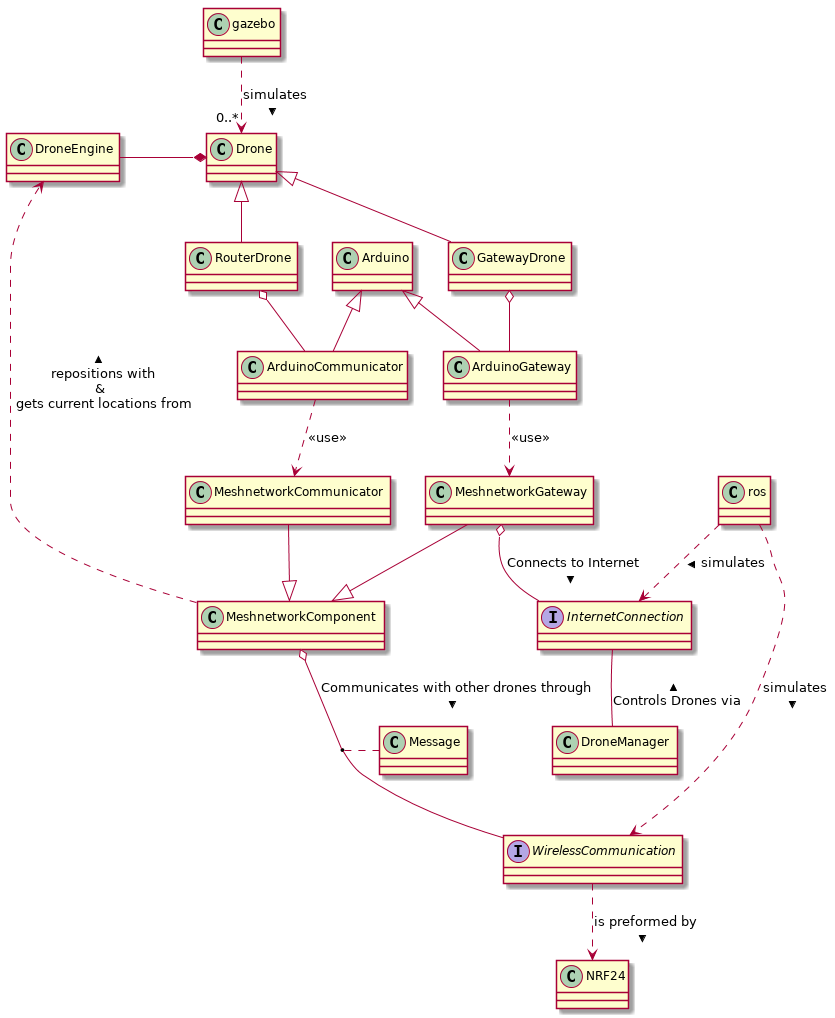
Earlier version of the PlantUML export Docs/DesignDocumenten/UML/out/DomeinModel/DomeinModel/DomeinModel.png (mauriceberentsen/Automated-Drone-Distribution-Network).
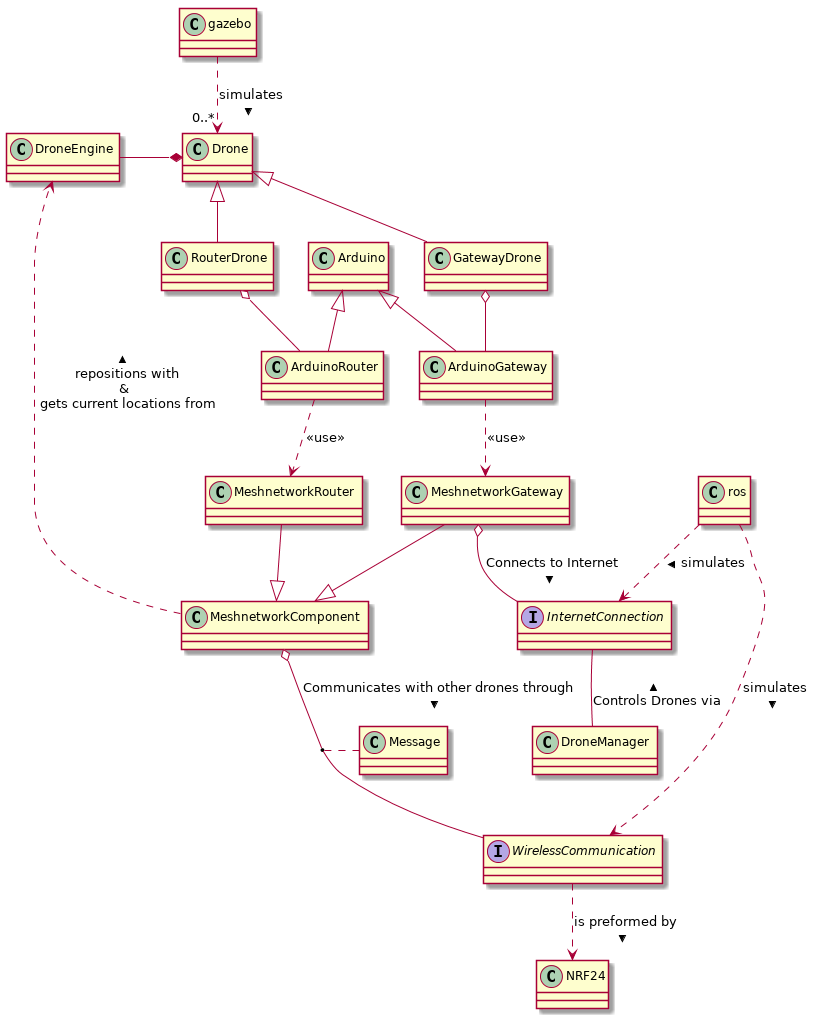
After the commit.

What changed in the source:
```diff
@@ -2,10 +2,10 @@
 
 class MeshnetworkComponent
 class MeshnetworkGateway
-class MeshnetworkCommunicator
+class MeshnetworkRouter
 
 MeshnetworkGateway      --|> MeshnetworkComponent
-MeshnetworkCommunicator --|> MeshnetworkComponent
+MeshnetworkRouter --|> MeshnetworkComponent
 
 interface WirelessCommunication
 interface InternetConnection
@@ -20,13 +20,13 @@
 DroneManager -up- InternetConnection : Controls Drones via >
 
 class Arduino
-class ArduinoCommunicator
+class ArduinoRouter
 class ArduinoGateway
 
-ArduinoCommunicator -up-|> Arduino
+ArduinoRouter -up-|> Arduino
 ArduinoGateway      -up-|> Arduino
 
-ArduinoCommunicator ..> MeshnetworkCommunicator : <<use>>
+ArduinoRouter ..> MeshnetworkRouter : <<use>>
 ArduinoGateway      ..> MeshnetworkGateway : <<use>>
 
 class NRF24
@@ -40,7 +40,7 @@
 RouterDrone     -up-|> Drone
 GatewayDrone    -up-|> Drone
 
-RouterDrone o-- ArduinoCommunicator
+RouterDrone o-- ArduinoRouter
 GatewayDrone o-- ArduinoGateway
 
 class DroneEngine
```
